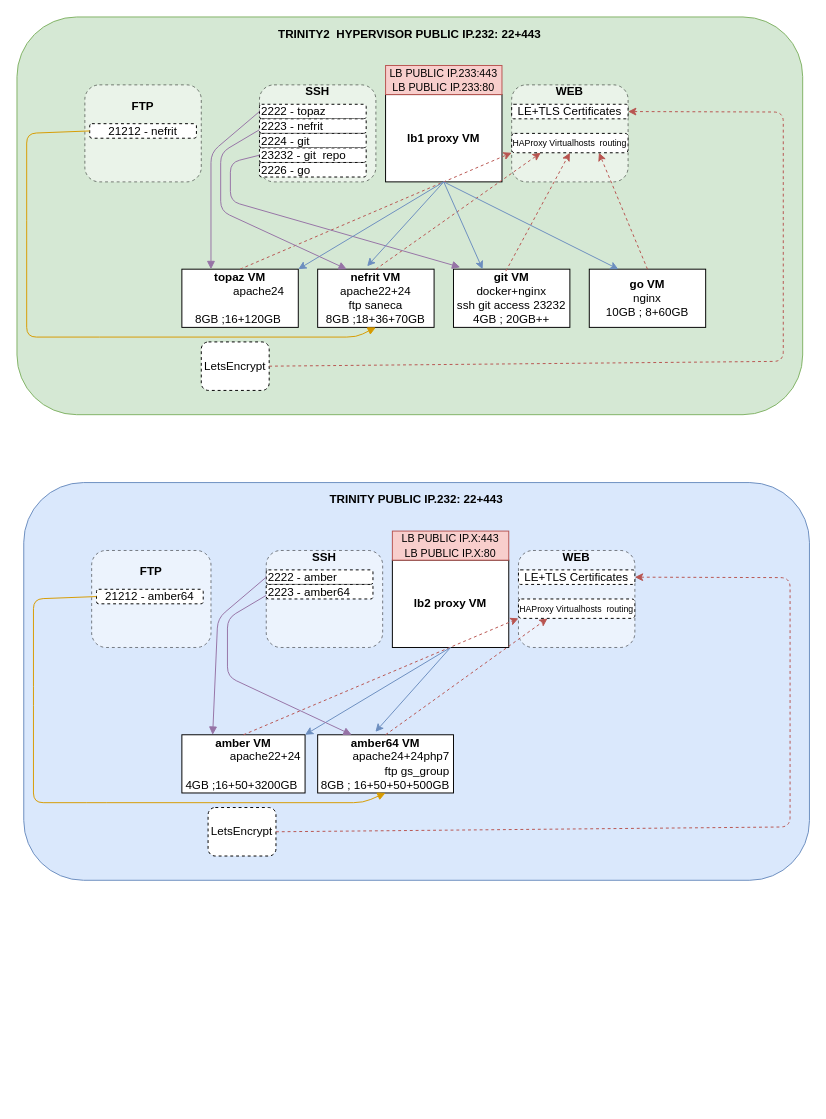
This is lb-draft.drawio from maniac0r/audio, a draw.io file, before an edit. Source tidied: cells renumbered, new cells numbered last; positions are measured from the earlier drawing's top-left corner, leaving out a move shared by most shapes. Both pictures are drawn from the tidied source at 97%, with x=0, y=0 at pixel (16, 16).
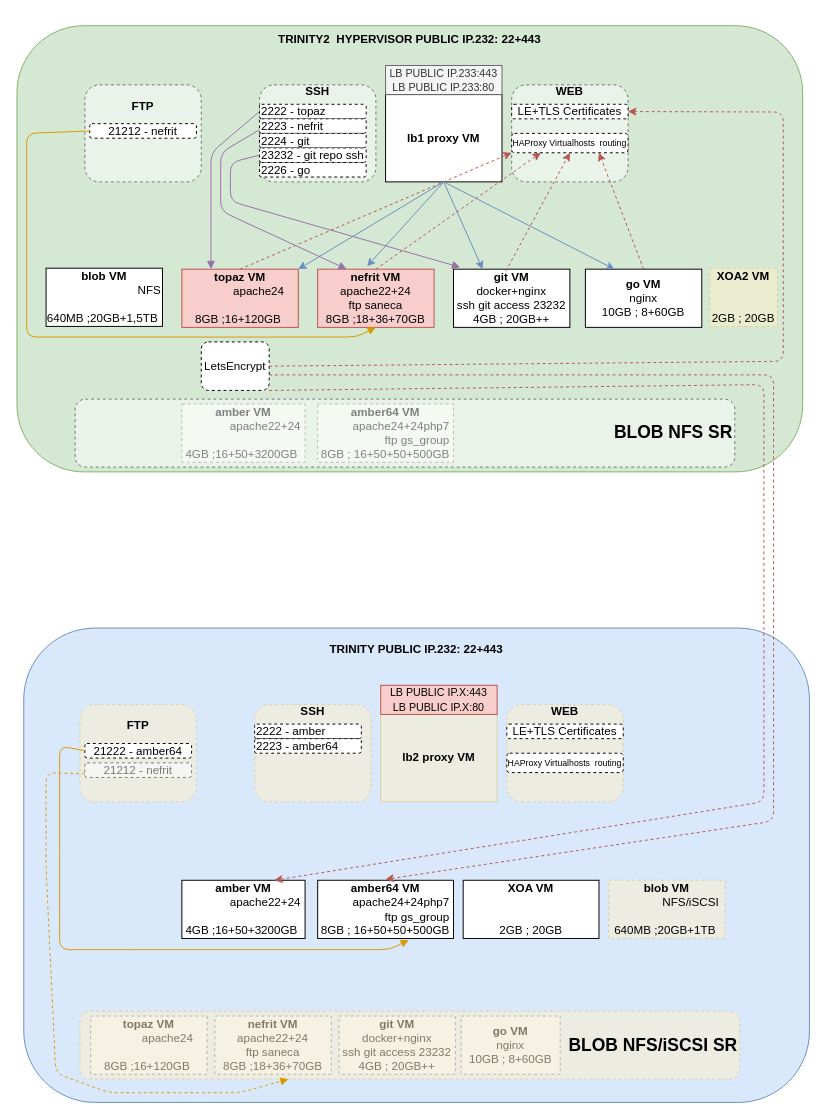
The same page after the edit.

Unchanged cells that the change refers to:
```xml
<mxCell id="10" value="LetsEncrypt" style="rounded=1;whiteSpace=wrap;html=1;dashed=1;" parent="1" vertex="1">
  <mxGeometry x="190" y="335" width="70" height="50" as="geometry" />
</mxCell>
```

Change to the diagram source:
```diff
@@
-    <mxCell id="2" value="&lt;b&gt;TRINITY2 &amp;nbsp;HYPERVISOR PUBLIC IP.232: 22+443&lt;br&gt;&lt;br&gt;&lt;br&gt;&lt;br&gt;&lt;br&gt;&lt;br&gt;&lt;br&gt;&lt;br&gt;&lt;br&gt;&lt;br&gt;&lt;br&gt;&lt;br&gt;&lt;br&gt;&lt;br&gt;&lt;br&gt;&lt;br&gt;&lt;br&gt;&lt;br&gt;&lt;br&gt;&lt;br&gt;&lt;br&gt;&lt;br&gt;&lt;br&gt;&lt;br&gt;&lt;br&gt;&lt;br&gt;&lt;br&gt;&lt;/b&gt;" style="rounded=1;whiteSpace=wrap;html=1;fillColor=#d5e8d4;strokeColor=#82b366;" parent="1" vertex="1">
-      <mxGeometry width="810" height="410" as="geometry" />
+    <mxCell id="2" value="&lt;b&gt;TRINITY2 &amp;nbsp;HYPERVISOR PUBLIC IP.232: 22+443&lt;br&gt;&lt;br&gt;&lt;br&gt;&lt;br&gt;&lt;br&gt;&lt;br&gt;&lt;br&gt;&lt;br&gt;&lt;br&gt;&lt;br&gt;&lt;br&gt;&lt;br&gt;&lt;br&gt;&lt;br&gt;&lt;br&gt;&lt;br&gt;&lt;br&gt;&lt;br&gt;&lt;br&gt;&lt;br&gt;&lt;br&gt;&lt;br&gt;&lt;br&gt;&lt;br&gt;&lt;br&gt;&lt;br&gt;&lt;br&gt;&lt;br&gt;&lt;br&gt;&lt;br&gt;&lt;br&gt;&lt;/b&gt;" style="rounded=1;whiteSpace=wrap;html=1;fillColor=#d5e8d4;strokeColor=#82b366;" parent="1" vertex="1">
+      <mxGeometry y="9" width="810" height="460" as="geometry" />
     </mxCell>
@@
-    <mxCell id="4" value="&lt;b&gt;topaz VM&lt;br&gt;&lt;div style=&quot;text-align: right&quot;&gt;&lt;span style=&quot;font-weight: normal&quot;&gt;apache24&lt;/span&gt;&lt;/div&gt;&lt;/b&gt;&lt;div&gt;&lt;div style=&quot;text-align: right&quot;&gt;&lt;br&gt;&lt;/div&gt;&lt;div style=&quot;text-align: right&quot;&gt;8GB ;16+120GB&amp;nbsp;&lt;br&gt;&lt;/div&gt;&lt;/div&gt;" style="rounded=0;whiteSpace=wrap;html=1;" parent="1" vertex="1">
+    <mxCell id="4" value="&lt;b&gt;topaz VM&lt;br&gt;&lt;div style=&quot;text-align: right&quot;&gt;&lt;span style=&quot;font-weight: normal&quot;&gt;apache24&lt;/span&gt;&lt;/div&gt;&lt;/b&gt;&lt;div&gt;&lt;div style=&quot;text-align: right&quot;&gt;&lt;br&gt;&lt;/div&gt;&lt;div style=&quot;text-align: right&quot;&gt;8GB ;16+120GB&amp;nbsp;&lt;br&gt;&lt;/div&gt;&lt;/div&gt;" style="rounded=0;whiteSpace=wrap;html=1;fillColor=#f8cecc;strokeColor=#b85450;" parent="1" vertex="1">
       <mxGeometry x="170" y="260" width="120" height="60" as="geometry" />
     </mxCell>
-    <mxCell id="5" value="&lt;b&gt;nefrit VM&lt;br&gt;&lt;/b&gt;apache22+24&lt;br&gt;ftp saneca&lt;br&gt;8GB ;18+36+70GB" style="rounded=0;whiteSpace=wrap;html=1;" parent="1" vertex="1">
+    <mxCell id="5" value="&lt;b&gt;nefrit VM&lt;br&gt;&lt;/b&gt;apache22+24&lt;br&gt;ftp saneca&lt;br&gt;8GB ;18+36+70GB" style="rounded=0;whiteSpace=wrap;html=1;fillColor=#f8cecc;strokeColor=#b85450;" parent="1" vertex="1">
       <mxGeometry x="310" y="260" width="120" height="60" as="geometry" />
     </mxCell>
@@
     <mxCell id="7" value="&lt;b&gt;go VM&lt;br&gt;&lt;/b&gt;nginx&lt;br&gt;10GB ; 8+60GB" style="rounded=0;whiteSpace=wrap;html=1;" parent="1" vertex="1">
-      <mxGeometry x="590" y="260" width="120" height="60" as="geometry" />
+      <mxGeometry x="586" y="260" width="120" height="60" as="geometry" />
     </mxCell>
@@
-    <mxCell id="9" value="&lt;font style=&quot;font-size: 11px&quot;&gt;LB PUBLIC IP.233:443&lt;br&gt;LB PUBLIC IP.233:80&lt;/font&gt;" style="text;html=1;strokeColor=#b85450;fillColor=#f8cecc;align=center;verticalAlign=middle;whiteSpace=wrap;rounded=0;" parent="1" vertex="1">
+    <mxCell id="9" value="&lt;font style=&quot;font-size: 11px&quot;&gt;LB PUBLIC IP.233:443&lt;br&gt;LB PUBLIC IP.233:80&lt;/font&gt;" style="text;html=1;align=center;verticalAlign=middle;whiteSpace=wrap;rounded=0;fillColor=#f5f5f5;strokeColor=#666666;fontColor=#333333;" parent="1" vertex="1">
       <mxGeometry x="380" y="50" width="120" height="30" as="geometry" />
     </mxCell>
@@
-    <mxCell id="20" value="23232 - git &amp;nbsp;repo" style="rounded=1;whiteSpace=wrap;html=1;dashed=1;align=left;" parent="1" vertex="1">
+    <mxCell id="20" value="23232 - git repo ssh" style="rounded=1;whiteSpace=wrap;html=1;dashed=1;align=left;" parent="1" vertex="1">
       <mxGeometry x="250" y="135" width="110" height="15" as="geometry" />
     </mxCell>
@@
-    <mxCell id="34" value="&lt;b&gt;TRINITY PUBLIC IP.232: 22+443&lt;br&gt;&lt;br&gt;&lt;br&gt;&lt;br&gt;&lt;br&gt;&lt;br&gt;&lt;br&gt;&lt;br&gt;&lt;br&gt;&lt;br&gt;&lt;br&gt;&lt;br&gt;&lt;br&gt;&lt;br&gt;&lt;br&gt;&lt;br&gt;&lt;br&gt;&lt;br&gt;&lt;br&gt;&lt;br&gt;&lt;br&gt;&lt;br&gt;&lt;br&gt;&lt;br&gt;&lt;br&gt;&lt;br&gt;&lt;br&gt;&lt;/b&gt;" style="rounded=1;whiteSpace=wrap;html=1;fillColor=#dae8fc;strokeColor=#6c8ebf;" parent="1" vertex="1">
-      <mxGeometry x="7" y="480" width="810" height="410" as="geometry" />
+    <mxCell id="34" value="&lt;b&gt;TRINITY PUBLIC IP.232: 22+443&lt;br&gt;&lt;br&gt;&lt;br&gt;&lt;br&gt;&lt;br&gt;&lt;br&gt;&lt;br&gt;&lt;br&gt;&lt;br&gt;&lt;br&gt;&lt;br&gt;&lt;br&gt;&lt;br&gt;&lt;br&gt;&lt;br&gt;&lt;br&gt;&lt;br&gt;&lt;br&gt;&lt;br&gt;&lt;br&gt;&lt;br&gt;&lt;br&gt;&lt;br&gt;&lt;br&gt;&lt;br&gt;&lt;br&gt;&lt;br&gt;&lt;br&gt;&lt;br&gt;&lt;br&gt;&lt;br&gt;&lt;br&gt;&lt;/b&gt;" style="rounded=1;whiteSpace=wrap;html=1;fillColor=#dae8fc;strokeColor=#6c8ebf;" parent="1" vertex="1">
+      <mxGeometry x="7" y="630" width="810" height="489" as="geometry" />
     </mxCell>
-    <mxCell id="35" value="&lt;b&gt;WEB&lt;br&gt;&lt;br&gt;&lt;br&gt;&lt;br&gt;&lt;br&gt;&lt;br&gt;&lt;br&gt;&lt;/b&gt;" style="rounded=1;whiteSpace=wrap;html=1;dashed=1;opacity=50;" parent="1" vertex="1">
-      <mxGeometry x="517" y="550" width="120" height="100" as="geometry" />
-    </mxCell>
     <mxCell id="36" value="&lt;b&gt;amber VM&lt;br&gt;&lt;div style=&quot;text-align: right&quot;&gt;&lt;span style=&quot;font-weight: normal&quot;&gt;apache22+24&lt;/span&gt;&lt;/div&gt;&lt;/b&gt;&lt;div&gt;&lt;div style=&quot;text-align: right&quot;&gt;&lt;br&gt;&lt;/div&gt;&lt;/div&gt;&lt;div style=&quot;text-align: right&quot;&gt;4GB ;16+50+3200GB&amp;nbsp;&lt;/div&gt;" style="rounded=0;whiteSpace=wrap;html=1;" parent="1" vertex="1">
-      <mxGeometry x="170" y="740" width="127" height="60" as="geometry" />
+      <mxGeometry x="170" y="890" width="127" height="60" as="geometry" />
     </mxCell>
     <mxCell id="37" value="&lt;b&gt;amber64 VM&lt;br&gt;&lt;div style=&quot;text-align: right&quot;&gt;&lt;span style=&quot;font-weight: normal&quot;&gt;apache24+24php7&lt;/span&gt;&lt;/div&gt;&lt;/b&gt;&lt;div style=&quot;text-align: right&quot;&gt;ftp gs_group&lt;/div&gt;&lt;div style=&quot;text-align: right&quot;&gt;8GB ; 16+50+50+500GB&lt;/div&gt;" style="rounded=0;whiteSpace=wrap;html=1;" parent="1" vertex="1">
-      <mxGeometry x="310" y="740" width="140" height="60" as="geometry" />
+      <mxGeometry x="310" y="890" width="140" height="60" as="geometry" />
     </mxCell>
+    <mxCell id="56" value="&lt;b&gt;XOA VM&lt;br&gt;&lt;div style=&quot;text-align: right&quot;&gt;&lt;br&gt;&lt;/div&gt;&lt;div style=&quot;text-align: right&quot;&gt;&lt;br&gt;&lt;/div&gt;&lt;/b&gt;&lt;div style=&quot;text-align: right&quot;&gt;2GB ; 20GB&lt;/div&gt;" style="rounded=0;whiteSpace=wrap;html=1;" parent="1" vertex="1">
+      <mxGeometry x="460" y="890" width="140" height="60" as="geometry" />
+    </mxCell>
+    <mxCell id="57" value="&lt;b&gt;amber VM&lt;br&gt;&lt;div style=&quot;text-align: right&quot;&gt;&lt;span style=&quot;font-weight: normal&quot;&gt;apache22+24&lt;/span&gt;&lt;/div&gt;&lt;/b&gt;&lt;div&gt;&lt;div style=&quot;text-align: right&quot;&gt;&lt;br&gt;&lt;/div&gt;&lt;/div&gt;&lt;div style=&quot;text-align: right&quot;&gt;4GB ;16+50+3200GB&amp;nbsp;&lt;/div&gt;" style="rounded=0;whiteSpace=wrap;html=1;dashed=1;opacity=50;" parent="1" vertex="1">
+      <mxGeometry x="170" y="399" width="127" height="60" as="geometry" />
+    </mxCell>
+    <mxCell id="58" value="&lt;b&gt;amber64 VM&lt;br&gt;&lt;div style=&quot;text-align: right&quot;&gt;&lt;span style=&quot;font-weight: normal&quot;&gt;apache24+24php7&lt;/span&gt;&lt;/div&gt;&lt;/b&gt;&lt;div style=&quot;text-align: right&quot;&gt;ftp gs_group&lt;/div&gt;&lt;div style=&quot;text-align: right&quot;&gt;8GB ; 16+50+50+500GB&lt;/div&gt;" style="rounded=0;whiteSpace=wrap;html=1;dashed=1;opacity=50;" parent="1" vertex="1">
+      <mxGeometry x="310" y="399" width="140" height="60" as="geometry" />
+    </mxCell>
+    <mxCell id="59" value="&lt;b&gt;topaz VM&lt;br&gt;&lt;div style=&quot;text-align: right&quot;&gt;&lt;span style=&quot;font-weight: normal&quot;&gt;apache24&lt;/span&gt;&lt;/div&gt;&lt;/b&gt;&lt;div&gt;&lt;div style=&quot;text-align: right&quot;&gt;&lt;br&gt;&lt;/div&gt;&lt;div style=&quot;text-align: right&quot;&gt;8GB ;16+120GB&amp;nbsp;&lt;br&gt;&lt;/div&gt;&lt;/div&gt;" style="rounded=0;whiteSpace=wrap;html=1;dashed=1;opacity=50;" parent="1" vertex="1">
+      <mxGeometry x="76" y="1030" width="120" height="60" as="geometry" />
+    </mxCell>
+    <mxCell id="60" value="&lt;b&gt;nefrit VM&lt;br&gt;&lt;/b&gt;apache22+24&lt;br&gt;ftp saneca&lt;br&gt;8GB ;18+36+70GB" style="rounded=0;whiteSpace=wrap;html=1;dashed=1;opacity=50;" parent="1" vertex="1">
+      <mxGeometry x="204" y="1030" width="120" height="60" as="geometry" />
+    </mxCell>
+    <mxCell id="61" value="&lt;b&gt;git VM&lt;br&gt;&lt;/b&gt;docker+nginx&lt;br&gt;ssh git access&amp;nbsp;23232&lt;br&gt;4GB ; 20GB++" style="rounded=0;whiteSpace=wrap;html=1;dashed=1;opacity=50;" parent="1" vertex="1">
+      <mxGeometry x="332" y="1030" width="120" height="60" as="geometry" />
+    </mxCell>
+    <mxCell id="62" value="&lt;b&gt;go VM&lt;br&gt;&lt;/b&gt;nginx&lt;br&gt;10GB ; 8+60GB" style="rounded=0;whiteSpace=wrap;html=1;dashed=1;opacity=50;" parent="1" vertex="1">
+      <mxGeometry x="458" y="1030" width="102" height="60" as="geometry" />
+    </mxCell>
+    <mxCell id="63" value="&lt;b&gt;&lt;font style=&quot;font-size: 18px&quot;&gt;BLOB NFS SR&lt;/font&gt;&lt;/b&gt;" style="rounded=1;whiteSpace=wrap;html=1;dashed=1;opacity=50;align=right;" parent="1" vertex="1">
+      <mxGeometry x="60" y="394" width="680" height="70" as="geometry" />
+    </mxCell>
+    <mxCell id="64" value="&lt;b&gt;&lt;font style=&quot;font-size: 18px&quot;&gt;BLOB NFS/iSCSI SR&lt;/font&gt;&lt;/b&gt;" style="rounded=1;whiteSpace=wrap;html=1;dashed=1;opacity=50;align=right;fillColor=#fff2cc;strokeColor=#d6b656;" parent="1" vertex="1">
+      <mxGeometry x="65" y="1025" width="680" height="70" as="geometry" />
+    </mxCell>
+    <mxCell id="65" value="&lt;b&gt;blob VM&lt;br&gt;&lt;div style=&quot;text-align: right&quot;&gt;&lt;span style=&quot;font-weight: normal&quot;&gt;NFS&lt;/span&gt;&lt;/div&gt;&lt;/b&gt;&lt;div&gt;&lt;div style=&quot;text-align: right&quot;&gt;&lt;br&gt;&lt;/div&gt;&lt;div style=&quot;text-align: right&quot;&gt;640MB ;20GB+1,5TB&amp;nbsp;&lt;br&gt;&lt;/div&gt;&lt;/div&gt;" style="rounded=0;whiteSpace=wrap;html=1;" parent="1" vertex="1">
+      <mxGeometry x="30" y="259" width="120" height="60" as="geometry" />
+    </mxCell>
+    <mxCell id="66" value="&lt;b&gt;blob VM&lt;br&gt;&lt;div style=&quot;text-align: right&quot;&gt;&lt;span style=&quot;font-weight: normal&quot;&gt;NFS/iSCSI&lt;/span&gt;&lt;/div&gt;&lt;/b&gt;&lt;div&gt;&lt;div style=&quot;text-align: right&quot;&gt;&lt;br&gt;&lt;/div&gt;&lt;div style=&quot;text-align: right&quot;&gt;640MB ;20GB+1TB&amp;nbsp;&lt;br&gt;&lt;/div&gt;&lt;/div&gt;" style="rounded=0;whiteSpace=wrap;html=1;dashed=1;fillColor=#fff2cc;strokeColor=#d6b656;opacity=50;" parent="1" vertex="1">
+      <mxGeometry x="610" y="890" width="120" height="60" as="geometry" />
+    </mxCell>
+    <mxCell id="67" value="&lt;b&gt;XOA2 VM&lt;br&gt;&lt;div style=&quot;text-align: right&quot;&gt;&lt;br&gt;&lt;/div&gt;&lt;div style=&quot;text-align: right&quot;&gt;&lt;br&gt;&lt;/div&gt;&lt;/b&gt;&lt;div style=&quot;text-align: right&quot;&gt;2GB ; 20GB&lt;/div&gt;" style="rounded=0;whiteSpace=wrap;html=1;dashed=1;opacity=50;fillColor=#fff2cc;strokeColor=#d6b656;" parent="1" vertex="1">
+      <mxGeometry x="714" y="259" width="70" height="60" as="geometry" />
+    </mxCell>
+    <mxCell id="68" style="endArrow=classic;html=1;exitX=1;exitY=1;exitDx=0;exitDy=0;fillColor=#f8cecc;strokeColor=#b85450;dashed=1;entryX=0.75;entryY=0;entryDx=0;entryDy=0;" parent="1" edge="1" source="10" target="36">
+      <mxGeometry relative="1" as="geometry">
+        <Array as="points">
+          <mxPoint x="770" y="379" />
+          <mxPoint x="770" y="809" />
+        </Array>
+      </mxGeometry>
+    </mxCell>
+    <mxCell id="69" style="endArrow=classic;html=1;fillColor=#f8cecc;strokeColor=#b85450;dashed=1;" parent="1" edge="1">
+      <mxGeometry relative="1" as="geometry">
+        <mxPoint x="260" y="369" as="sourcePoint" />
+        <mxPoint x="380" y="889" as="targetPoint" />
+        <Array as="points">
+          <mxPoint x="780" y="369" />
+          <mxPoint x="780" y="829" />
+        </Array>
+      </mxGeometry>
+    </mxCell>
+    <mxCell id="35" value="&lt;b&gt;WEB&lt;br&gt;&lt;br&gt;&lt;br&gt;&lt;br&gt;&lt;br&gt;&lt;br&gt;&lt;br&gt;&lt;/b&gt;" style="rounded=1;whiteSpace=wrap;html=1;dashed=1;opacity=50;fillColor=#fff2cc;strokeColor=#d6b656;" parent="1" vertex="1">
+      <mxGeometry x="505" y="709" width="120" height="100" as="geometry" />
+    </mxCell>
-    <mxCell id="38" value="&lt;b&gt;lb2 proxy VM&lt;/b&gt;" style="rounded=0;whiteSpace=wrap;html=1;" parent="1" vertex="1">
-      <mxGeometry x="387" y="560" width="120" height="90" as="geometry" />
+    <mxCell id="38" value="&lt;b&gt;lb2 proxy VM&lt;/b&gt;" style="rounded=0;whiteSpace=wrap;html=1;fillColor=#fff2cc;strokeColor=#d6b656;opacity=50;" parent="1" vertex="1">
+      <mxGeometry x="375" y="719" width="120" height="90" as="geometry" />
     </mxCell>
     <mxCell id="39" value="&lt;font style=&quot;font-size: 11px&quot;&gt;LB PUBLIC IP.X:443&lt;br&gt;LB PUBLIC IP.X:80&lt;/font&gt;" style="text;html=1;strokeColor=#b85450;fillColor=#f8cecc;align=center;verticalAlign=middle;whiteSpace=wrap;rounded=0;" parent="1" vertex="1">
-      <mxGeometry x="387" y="530" width="120" height="30" as="geometry" />
+      <mxGeometry x="375" y="689" width="120" height="30" as="geometry" />
     </mxCell>
-    <mxCell id="40" value="LetsEncrypt" style="rounded=1;whiteSpace=wrap;html=1;dashed=1;" parent="1" vertex="1">
-      <mxGeometry x="197" y="815" width="70" height="50" as="geometry" />
-    </mxCell>
-    <mxCell id="41" style="endArrow=classic;html=1;entryX=1;entryY=0.5;entryDx=0;entryDy=0;exitX=1;exitY=0.5;exitDx=0;exitDy=0;fillColor=#f8cecc;strokeColor=#b85450;dashed=1;" parent="1" edge="1" source="40" target="53">
-      <mxGeometry relative="1" as="geometry">
-        <Array as="points">
-          <mxPoint x="797" y="835" />
-          <mxPoint x="797" y="578" />
-        </Array>
-      </mxGeometry>
-    </mxCell>
-    <mxCell id="42" style="endArrow=classic;html=1;entryX=0;entryY=1;entryDx=0;entryDy=0;exitX=0.5;exitY=0;exitDx=0;exitDy=0;fillColor=#f8cecc;strokeColor=#b85450;dashed=1;" parent="1" edge="1" source="36" target="54">
-      <mxGeometry relative="1" as="geometry" />
-    </mxCell>
-    <mxCell id="43" style="endArrow=classic;html=1;entryX=0.25;entryY=1;entryDx=0;entryDy=0;exitX=0.5;exitY=0;exitDx=0;exitDy=0;fillColor=#f8cecc;strokeColor=#b85450;dashed=1;" parent="1" edge="1" source="37" target="54">
-      <mxGeometry relative="1" as="geometry" />
-    </mxCell>
-    <mxCell id="44" value="&lt;b&gt;SSH&lt;br&gt;&lt;br&gt;&lt;br&gt;&lt;br&gt;&lt;br&gt;&lt;br&gt;&lt;br&gt;&lt;/b&gt;" style="rounded=1;whiteSpace=wrap;html=1;dashed=1;opacity=50;" parent="1" vertex="1">
-      <mxGeometry x="257" y="550" width="120" height="100" as="geometry" />
+    <mxCell id="44" value="&lt;b&gt;SSH&lt;br&gt;&lt;br&gt;&lt;br&gt;&lt;br&gt;&lt;br&gt;&lt;br&gt;&lt;br&gt;&lt;/b&gt;" style="rounded=1;whiteSpace=wrap;html=1;dashed=1;opacity=50;fillColor=#fff2cc;strokeColor=#d6b656;" parent="1" vertex="1">
+      <mxGeometry x="245" y="709" width="120" height="100" as="geometry" />
     </mxCell>
     <mxCell id="45" value="2222 - amber" style="rounded=1;whiteSpace=wrap;html=1;dashed=1;align=left;" parent="1" vertex="1">
-      <mxGeometry x="257" y="570" width="110" height="15" as="geometry" />
+      <mxGeometry x="245" y="729" width="110" height="15" as="geometry" />
     </mxCell>
     <mxCell id="46" value="2223 - amber64" style="rounded=1;whiteSpace=wrap;html=1;dashed=1;align=left;" parent="1" vertex="1">
-      <mxGeometry x="257" y="585" width="110" height="15" as="geometry" />
+      <mxGeometry x="245" y="744" width="110" height="15" as="geometry" />
     </mxCell>
-    <mxCell id="47" style="endArrow=block;html=1;exitX=0;exitY=0.5;exitDx=0;exitDy=0;entryX=0.25;entryY=0;entryDx=0;entryDy=0;endFill=1;fillColor=#e1d5e7;strokeColor=#9673a6;" parent="1" edge="1" source="45" target="36">
-      <mxGeometry relative="1" as="geometry">
-        <Array as="points">
-          <mxPoint x="207" y="620" />
-        </Array>
-      </mxGeometry>
-    </mxCell>
-    <mxCell id="48" value="&lt;b&gt;FTP&lt;br&gt;&lt;br&gt;&lt;br&gt;&lt;br&gt;&lt;br&gt;&lt;/b&gt;" style="rounded=1;whiteSpace=wrap;html=1;dashed=1;opacity=50;" parent="1" vertex="1">
-      <mxGeometry x="77" y="550" width="123" height="100" as="geometry" />
+    <mxCell id="48" value="&lt;b&gt;FTP&lt;br&gt;&lt;br&gt;&lt;br&gt;&lt;br&gt;&lt;br&gt;&lt;/b&gt;" style="rounded=1;whiteSpace=wrap;html=1;dashed=1;opacity=50;fillColor=#fff2cc;strokeColor=#d6b656;" parent="1" vertex="1">
+      <mxGeometry x="65" y="709" width="120" height="100" as="geometry" />
     </mxCell>
-    <mxCell id="49" value="21212 - amber64" style="rounded=1;whiteSpace=wrap;html=1;dashed=1;" parent="1" vertex="1">
-      <mxGeometry x="82" y="590" width="110" height="15" as="geometry" />
-    </mxCell>
-    <mxCell id="50" style="endArrow=block;html=1;exitX=0;exitY=0.5;exitDx=0;exitDy=0;entryX=0.5;entryY=1;entryDx=0;entryDy=0;endFill=1;fillColor=#ffe6cc;strokeColor=#d79b00;" parent="1" edge="1" source="49" target="37">
-      <mxGeometry relative="1" as="geometry">
-        <Array as="points">
-          <mxPoint x="17" y="600" />
-          <mxPoint x="17" y="700" />
-          <mxPoint x="17" y="810" />
-          <mxPoint x="82" y="810" />
-          <mxPoint x="357" y="810" />
-        </Array>
-      </mxGeometry>
-    </mxCell>
-    <mxCell id="51" style="endArrow=classic;html=1;entryX=1;entryY=0;entryDx=0;entryDy=0;exitX=0.5;exitY=1;exitDx=0;exitDy=0;fillColor=#dae8fc;strokeColor=#6c8ebf;" parent="1" edge="1" source="38" target="36">
-      <mxGeometry relative="1" as="geometry" />
-    </mxCell>
-    <mxCell id="52" style="endArrow=classic;html=1;entryX=0.425;entryY=-0.05;entryDx=0;entryDy=0;exitX=0.5;exitY=1;exitDx=0;exitDy=0;entryPerimeter=0;fillColor=#dae8fc;strokeColor=#6c8ebf;" parent="1" edge="1" source="38" target="37">
-      <mxGeometry relative="1" as="geometry" />
-    </mxCell>
+    <mxCell id="70" value="21222 - amber64" style="rounded=1;whiteSpace=wrap;html=1;dashed=1;" parent="1" vertex="1">
+      <mxGeometry x="70" y="749" width="110" height="15" as="geometry" />
+    </mxCell>
     <mxCell id="53" value="LE+TLS Certificates" style="rounded=1;whiteSpace=wrap;html=1;dashed=1;" parent="1" vertex="1">
-      <mxGeometry x="517" y="570" width="120" height="15" as="geometry" />
+      <mxGeometry x="505" y="729" width="120" height="15" as="geometry" />
     </mxCell>
     <mxCell id="54" value="&lt;font style=&quot;font-size: 9px&quot;&gt;HAProxy Virtualhosts &amp;nbsp;routing&lt;/font&gt;" style="rounded=1;whiteSpace=wrap;html=1;dashed=1;" parent="1" vertex="1">
-      <mxGeometry x="517" y="600" width="120" height="20" as="geometry" />
+      <mxGeometry x="505" y="759" width="120" height="20" as="geometry" />
     </mxCell>
-    <mxCell id="55" style="endArrow=block;html=1;exitX=0;exitY=0.75;exitDx=0;exitDy=0;entryX=0.25;entryY=0;entryDx=0;entryDy=0;endFill=1;fillColor=#e1d5e7;strokeColor=#9673a6;" parent="1" edge="1" source="46" target="37">
-      <mxGeometry relative="1" as="geometry">
-        <Array as="points">
-          <mxPoint x="217" y="620" />
-          <mxPoint x="217" y="680" />
-        </Array>
-      </mxGeometry>
-    </mxCell>
+    <mxCell id="71" style="endArrow=block;html=1;exitX=0;exitY=0.5;exitDx=0;exitDy=0;entryX=0.5;entryY=1;entryDx=0;entryDy=0;endFill=1;fillColor=#ffe6cc;strokeColor=#d79b00;" parent="1" edge="1" source="70">
+      <mxGeometry relative="1" as="geometry">
+        <mxPoint x="404" y="951.5" as="targetPoint" />
+        <Array as="points">
+          <mxPoint x="44" y="751.5" />
+          <mxPoint x="44" y="851.5" />
+          <mxPoint x="44" y="961.5" />
+          <mxPoint x="109" y="961.5" />
+          <mxPoint x="384" y="961.5" />
+        </Array>
+      </mxGeometry>
+    </mxCell>
+    <mxCell id="72" value="21212 - nefrit" style="rounded=1;whiteSpace=wrap;html=1;dashed=1;opacity=50;textOpacity=50;" parent="1" vertex="1">
+      <mxGeometry x="70" y="769" width="110" height="15" as="geometry" />
+    </mxCell>
+    <mxCell id="73" style="endArrow=block;html=1;exitX=0;exitY=0.75;exitDx=0;exitDy=0;endFill=1;fillColor=#ffe6cc;strokeColor=#d79b00;dashed=1;" parent="1" edge="1" source="72" target="64">
+      <mxGeometry relative="1" as="geometry">
+        <Array as="points">
+          <mxPoint x="30" y="779" />
+          <mxPoint x="30" y="879" />
+          <mxPoint x="40" y="1089" />
+          <mxPoint x="95" y="1109" />
+          <mxPoint x="230" y="1109" />
+        </Array>
+      </mxGeometry>
+    </mxCell>
```
